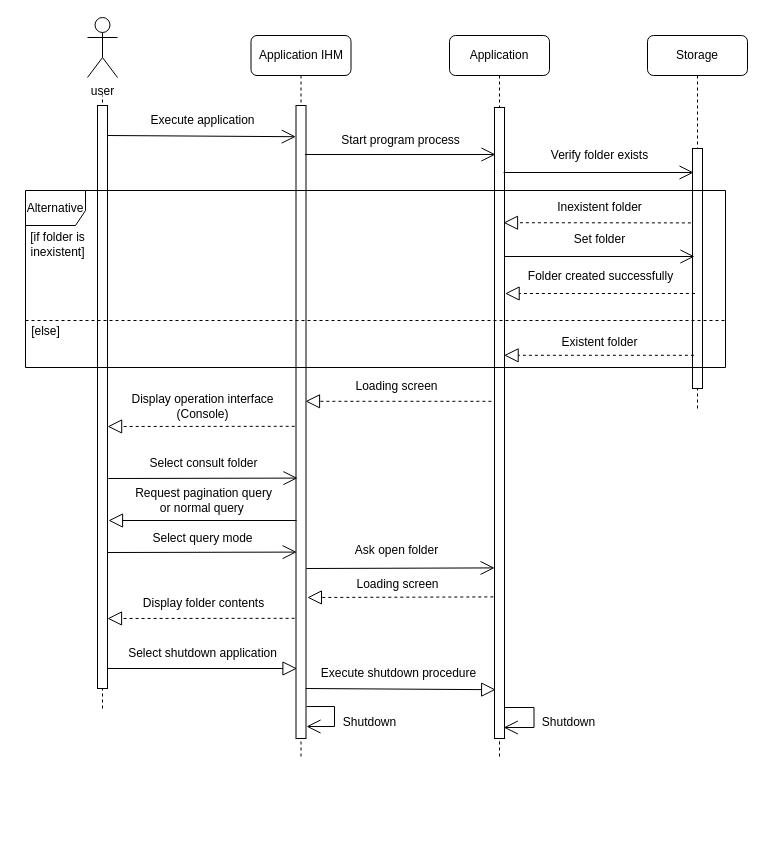
Weicheng178/UML keeps this draw.io diagram as consult diagram.drawio. Above is the earlier version. Source tidied: cells renumbered, new cells numbered last; positions are measured from the earlier drawing's top-left corner, leaving out a move shared by most shapes. Both pictures are drawn from the tidied source at 100%, with x=0, y=0 at pixel (17, 17).
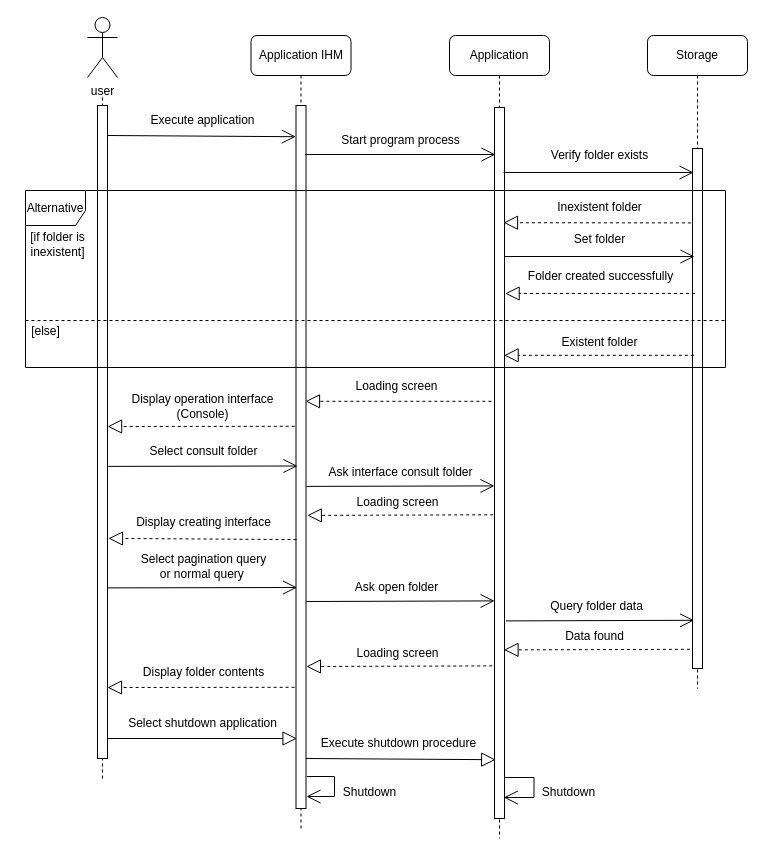
Above is the later version.

Change to the diagram source:
```diff
@@
     <mxCell id="2" style="endArrow=none;dashed=1;html=1;rounded=1;" parent="1" edge="1">
       <mxGeometry relative="1" as="geometry">
-        <mxPoint x="85" y="691" as="sourcePoint" />
+        <mxPoint x="85" y="761" as="sourcePoint" />
         <mxPoint x="85" y="78" as="targetPoint" />
       </mxGeometry>
     </mxCell>
     <mxCell id="3" value="&lt;span style=&quot;&quot;&gt;Application IHM&lt;/span&gt;" style="shape=umlLifeline;perimeter=lifelinePerimeter;whiteSpace=wrap;html=1;rounded=1;" parent="1" vertex="1">
-      <mxGeometry x="233.5" y="18" width="100" height="723" as="geometry" />
+      <mxGeometry x="233.5" y="18" width="100" height="793" as="geometry" />
     </mxCell>
@@
     <mxCell id="5" value="&lt;span style=&quot;&quot;&gt;Application&lt;/span&gt;" style="shape=umlLifeline;perimeter=lifelinePerimeter;whiteSpace=wrap;html=1;rounded=1;" parent="1" vertex="1">
-      <mxGeometry x="432" y="18" width="100" height="723" as="geometry" />
+      <mxGeometry x="432" y="18" width="100" height="803" as="geometry" />
     </mxCell>
     <mxCell id="6" value="&lt;span style=&quot;&quot;&gt;Storage&lt;/span&gt;" style="shape=umlLifeline;perimeter=lifelinePerimeter;whiteSpace=wrap;html=1;rounded=1;" parent="1" vertex="1">
-      <mxGeometry x="630" y="18" width="100" height="373" as="geometry" />
+      <mxGeometry x="630" y="18" width="100" height="653" as="geometry" />
     </mxCell>
     <mxCell id="7" style="html=1;perimeter=orthogonalPerimeter;rounded=0;glass=0;labelBackgroundColor=none;fillStyle=auto;" parent="1" vertex="1">
-      <mxGeometry x="80" y="88" width="10" height="583" as="geometry" />
+      <mxGeometry x="80" y="88" width="10" height="653" as="geometry" />
     </mxCell>
     <mxCell id="8" style="html=1;perimeter=orthogonalPerimeter;rounded=0;glass=0;labelBackgroundColor=none;fillStyle=auto;" parent="1" vertex="1">
-      <mxGeometry x="278.5" y="88" width="10" height="633" as="geometry" />
+      <mxGeometry x="278.5" y="88" width="10" height="703" as="geometry" />
     </mxCell>
     <mxCell id="9" style="html=1;perimeter=orthogonalPerimeter;rounded=0;glass=0;labelBackgroundColor=none;fillStyle=auto;" parent="1" vertex="1">
-      <mxGeometry x="477" y="90" width="10" height="631" as="geometry" />
+      <mxGeometry x="477" y="90" width="10" height="711" as="geometry" />
     </mxCell>
     <mxCell id="10" style="html=1;perimeter=orthogonalPerimeter;rounded=0;glass=0;labelBackgroundColor=none;fillStyle=auto;" parent="1" vertex="1">
-      <mxGeometry x="675" y="131" width="10" height="240" as="geometry" />
+      <mxGeometry x="675" y="131" width="10" height="520" as="geometry" />
     </mxCell>
@@
     <mxCell id="33" value="Loading screen" style="text;html=1;align=center;verticalAlign=middle;strokeColor=none;fillColor=none;rounded=1;" parent="1" vertex="1">
-      <mxGeometry x="325.3" y="552" width="110" height="30" as="geometry" />
+      <mxGeometry x="325.3" y="621" width="110" height="30" as="geometry" />
     </mxCell>
     <mxCell id="34" style="endArrow=block;dashed=1;endFill=0;endSize=12;html=1;rounded=1;exitX=-0.211;exitY=0.186;exitDx=0;exitDy=0;exitPerimeter=0;" parent="1" edge="1">
       <mxGeometry relative="1" as="geometry">
-        <mxPoint x="475.8" y="579.4" as="sourcePoint" />
-        <mxPoint x="289.9" y="580" as="targetPoint" />
+        <mxPoint x="474.8" y="648.4" as="sourcePoint" />
+        <mxPoint x="288.9" y="649" as="targetPoint" />
       </mxGeometry>
     </mxCell>
-    <mxCell id="35" value="Select consult folder" style="text;html=1;align=center;verticalAlign=middle;strokeColor=none;fillColor=none;rounded=1;" parent="1" vertex="1">
-      <mxGeometry x="120.8" y="431" width="130" height="30" as="geometry" />
-    </mxCell>
-    <mxCell id="36" style="endArrow=open;endFill=1;endSize=12;html=1;rounded=1;entryX=0.071;entryY=0.165;entryDx=0;entryDy=0;entryPerimeter=0;" parent="1" edge="1">
-      <mxGeometry relative="1" as="geometry">
-        <mxPoint x="90.8" y="461" as="sourcePoint" />
-        <mxPoint x="280" y="460.6" as="targetPoint" />
-      </mxGeometry>
-    </mxCell>
-    <mxCell id="37" value="Request pagination query&lt;br&gt;or normal query&amp;nbsp;" style="text;html=1;align=center;verticalAlign=middle;strokeColor=none;fillColor=none;rounded=1;" parent="1" vertex="1">
-      <mxGeometry x="105.8" y="463" width="160" height="40" as="geometry" />
+    <mxCell id="37" value="Select pagination query&lt;br&gt;or normal query&amp;nbsp;" style="text;html=1;align=center;verticalAlign=middle;strokeColor=none;fillColor=none;rounded=1;" parent="1" vertex="1">
+      <mxGeometry x="110.8" y="529" width="150" height="40" as="geometry" />
     </mxCell>
-    <mxCell id="38" style="endArrow=block;endFill=0;endSize=12;html=1;rounded=1;" parent="1" edge="1">
-      <mxGeometry relative="1" as="geometry">
-        <mxPoint x="279" y="503" as="sourcePoint" />
-        <mxPoint x="91" y="503" as="targetPoint" />
-      </mxGeometry>
-    </mxCell>
     <mxCell id="39" style="endArrow=open;endFill=1;endSize=12;html=1;rounded=1;entryX=-0.083;entryY=0.173;entryDx=0;entryDy=0;entryPerimeter=0;" parent="1" edge="1">
       <mxGeometry relative="1" as="geometry">
-        <mxPoint x="288.9" y="551" as="sourcePoint" />
-        <mxPoint x="477.1" y="550.4" as="targetPoint" />
+        <mxPoint x="288.9" y="584" as="sourcePoint" />
+        <mxPoint x="477.1" y="583.4" as="targetPoint" />
       </mxGeometry>
     </mxCell>
     <mxCell id="40" value="Ask open folder" style="text;html=1;align=center;verticalAlign=middle;strokeColor=none;fillColor=none;rounded=1;" parent="1" vertex="1">
-      <mxGeometry x="324" y="518" width="110" height="30" as="geometry" />
+      <mxGeometry x="324" y="555" width="110" height="30" as="geometry" />
     </mxCell>
-    <mxCell id="41" value="Select query mode" style="text;html=1;align=center;verticalAlign=middle;strokeColor=none;fillColor=none;rounded=1;" parent="1" vertex="1">
-      <mxGeometry x="125" y="506" width="120" height="30" as="geometry" />
-    </mxCell>
     <mxCell id="42" style="endArrow=open;endFill=1;endSize=12;html=1;rounded=1;entryX=0.071;entryY=0.165;entryDx=0;entryDy=0;entryPerimeter=0;" parent="1" edge="1">
       <mxGeometry relative="1" as="geometry">
-        <mxPoint x="90" y="535" as="sourcePoint" />
-        <mxPoint x="279.2" y="534.6" as="targetPoint" />
+        <mxPoint x="90.4" y="570.4" as="sourcePoint" />
+        <mxPoint x="279.6" y="570" as="targetPoint" />
       </mxGeometry>
     </mxCell>
     <mxCell id="43" style="endArrow=block;dashed=1;endFill=0;endSize=12;html=1;rounded=1;exitX=-0.125;exitY=0.144;exitDx=0;exitDy=0;exitPerimeter=0;" parent="1" edge="1">
       <mxGeometry relative="1" as="geometry">
-        <mxPoint x="277.1" y="600.8" as="sourcePoint" />
-        <mxPoint x="90" y="601" as="targetPoint" />
+        <mxPoint x="277.1" y="669.8" as="sourcePoint" />
+        <mxPoint x="90" y="670" as="targetPoint" />
       </mxGeometry>
     </mxCell>
     <mxCell id="44" value="Display folder contents" style="text;html=1;align=center;verticalAlign=middle;strokeColor=none;fillColor=none;rounded=1;" parent="1" vertex="1">
-      <mxGeometry x="115.8" y="571" width="140" height="30" as="geometry" />
+      <mxGeometry x="115.8" y="640" width="140" height="30" as="geometry" />
     </mxCell>
     <mxCell id="45" style="endArrow=block;endFill=0;endSize=12;html=1;rounded=1;entryX=0.116;entryY=0.979;entryDx=0;entryDy=0;entryPerimeter=0;" parent="1" edge="1">
       <mxGeometry relative="1" as="geometry">
-        <mxPoint x="288.3" y="671" as="sourcePoint" />
-        <mxPoint x="478.2" y="672.2" as="targetPoint" />
+        <mxPoint x="288.3" y="741" as="sourcePoint" />
+        <mxPoint x="478.2" y="742.2" as="targetPoint" />
       </mxGeometry>
     </mxCell>
     <mxCell id="46" style="endArrow=block;endFill=0;endSize=12;html=1;rounded=1;" parent="1" edge="1">
       <mxGeometry relative="1" as="geometry">
-        <mxPoint x="90" y="651" as="sourcePoint" />
-        <mxPoint x="279.5" y="651" as="targetPoint" />
+        <mxPoint x="90" y="721" as="sourcePoint" />
+        <mxPoint x="279.5" y="721" as="targetPoint" />
       </mxGeometry>
     </mxCell>
     <mxCell id="47" value="Execute shutdown procedure" style="text;html=1;align=center;verticalAlign=middle;strokeColor=none;fillColor=none;rounded=1;" parent="1" vertex="1">
-      <mxGeometry x="291.2" y="641" width="180" height="30" as="geometry" />
+      <mxGeometry x="291.2" y="711" width="180" height="30" as="geometry" />
     </mxCell>
     <mxCell id="48" value="Shutdown" style="text;html=1;align=center;verticalAlign=middle;strokeColor=none;fillColor=none;rounded=1;" parent="1" vertex="1">
-      <mxGeometry x="312.4" y="690" width="80" height="30" as="geometry" />
+      <mxGeometry x="312.4" y="760" width="80" height="30" as="geometry" />
     </mxCell>
     <mxCell id="49" style="endArrow=open;endFill=1;endSize=12;html=1;rounded=0;" parent="1" edge="1">
       <mxGeometry relative="1" as="geometry">
-        <mxPoint x="486.5" y="690" as="sourcePoint" />
-        <mxPoint x="486.3" y="710" as="targetPoint" />
+        <mxPoint x="486.5" y="760" as="sourcePoint" />
+        <mxPoint x="486.3" y="780" as="targetPoint" />
         <Array as="points">
-          <mxPoint x="516.5" y="690" />
-          <mxPoint x="516.5" y="710" />
+          <mxPoint x="516.5" y="760" />
+          <mxPoint x="516.5" y="780" />
         </Array>
       </mxGeometry>
     </mxCell>
     <mxCell id="50" value="Shutdown" style="text;html=1;align=center;verticalAlign=middle;strokeColor=none;fillColor=none;rounded=1;" parent="1" vertex="1">
-      <mxGeometry x="511.1" y="690" width="80" height="30" as="geometry" />
+      <mxGeometry x="511.1" y="760" width="80" height="30" as="geometry" />
     </mxCell>
     <mxCell id="51" value="Select shutdown application" style="text;html=1;align=center;verticalAlign=middle;strokeColor=none;fillColor=none;rounded=1;" parent="1" vertex="1">
-      <mxGeometry x="100" y="621" width="170" height="30" as="geometry" />
+      <mxGeometry x="100" y="691" width="170" height="30" as="geometry" />
     </mxCell>
     <mxCell id="52" style="endArrow=open;endFill=1;endSize=12;html=1;rounded=0;" parent="1" edge="1">
       <mxGeometry relative="1" as="geometry">
-        <mxPoint x="289.2" y="689" as="sourcePoint" />
-        <mxPoint x="289" y="709" as="targetPoint" />
+        <mxPoint x="289.2" y="759" as="sourcePoint" />
+        <mxPoint x="289" y="779" as="targetPoint" />
         <Array as="points">
-          <mxPoint x="317" y="689" />
-          <mxPoint x="317" y="709" />
+          <mxPoint x="317" y="759" />
+          <mxPoint x="317" y="779" />
         </Array>
       </mxGeometry>
     </mxCell>
+    <mxCell id="53" value="Loading screen" style="text;html=1;align=center;verticalAlign=middle;strokeColor=none;fillColor=none;rounded=1;" parent="1" vertex="1">
+      <mxGeometry x="325.2" y="469.9" width="110" height="30" as="geometry" />
+    </mxCell>
+    <mxCell id="54" style="endArrow=block;dashed=1;endFill=0;endSize=12;html=1;rounded=1;exitX=-0.211;exitY=0.186;exitDx=0;exitDy=0;exitPerimeter=0;" parent="1" edge="1">
+      <mxGeometry relative="1" as="geometry">
+        <mxPoint x="475.7" y="497.3" as="sourcePoint" />
+        <mxPoint x="289.8" y="497.9" as="targetPoint" />
+      </mxGeometry>
+    </mxCell>
+    <mxCell id="35" value="Select consult folder" style="text;html=1;align=center;verticalAlign=middle;strokeColor=none;fillColor=none;rounded=1;" parent="1" vertex="1">
+      <mxGeometry x="120.8" y="418.9" width="130" height="30" as="geometry" />
+    </mxCell>
+    <mxCell id="55" style="endArrow=open;endFill=1;endSize=12;html=1;rounded=1;entryX=0.071;entryY=0.165;entryDx=0;entryDy=0;entryPerimeter=0;" parent="1" edge="1">
+      <mxGeometry relative="1" as="geometry">
+        <mxPoint x="90.8" y="448.9" as="sourcePoint" />
+        <mxPoint x="280" y="448.5" as="targetPoint" />
+      </mxGeometry>
+    </mxCell>
+    <mxCell id="56" value="Display creating interface" style="text;html=1;align=center;verticalAlign=middle;strokeColor=none;fillColor=none;rounded=1;" parent="1" vertex="1">
+      <mxGeometry x="105.8" y="489.9" width="160" height="30" as="geometry" />
+    </mxCell>
+    <mxCell id="57" style="endArrow=block;dashed=1;endFill=0;endSize=12;html=1;rounded=1;exitX=-0.035;exitY=0.198;exitDx=0;exitDy=0;exitPerimeter=0;" parent="1" edge="1">
+      <mxGeometry relative="1" as="geometry">
+        <mxPoint x="279" y="522.1" as="sourcePoint" />
+        <mxPoint x="91" y="520.9" as="targetPoint" />
+      </mxGeometry>
+    </mxCell>
+    <mxCell id="58" style="endArrow=open;endFill=1;endSize=12;html=1;rounded=1;entryX=-0.083;entryY=0.173;entryDx=0;entryDy=0;entryPerimeter=0;" parent="1" edge="1">
+      <mxGeometry relative="1" as="geometry">
+        <mxPoint x="288.8" y="468.9" as="sourcePoint" />
+        <mxPoint x="477" y="468.4" as="targetPoint" />
+      </mxGeometry>
+    </mxCell>
+    <mxCell id="59" value="Ask interface consult folder" style="text;html=1;align=center;verticalAlign=middle;strokeColor=none;fillColor=none;rounded=1;" parent="1" vertex="1">
+      <mxGeometry x="297.8" y="439.9" width="170" height="30" as="geometry" />
+    </mxCell>
+    <mxCell id="60" style="endArrow=open;endFill=1;endSize=12;html=1;rounded=1;entryX=-0.083;entryY=0.173;entryDx=0;entryDy=0;entryPerimeter=0;" parent="1" edge="1">
+      <mxGeometry relative="1" as="geometry">
+        <mxPoint x="488.4" y="603.4" as="sourcePoint" />
+        <mxPoint x="676.6" y="602.8" as="targetPoint" />
+      </mxGeometry>
+    </mxCell>
+    <mxCell id="61" value="Query folder data" style="text;html=1;align=center;verticalAlign=middle;strokeColor=none;fillColor=none;rounded=1;" parent="1" vertex="1">
+      <mxGeometry x="518.5" y="574.4" width="120" height="30" as="geometry" />
+    </mxCell>
+    <mxCell id="62" value="Data found" style="text;html=1;align=center;verticalAlign=middle;strokeColor=none;fillColor=none;rounded=1;" parent="1" vertex="1">
+      <mxGeometry x="537" y="604.4" width="80" height="30" as="geometry" />
+    </mxCell>
+    <mxCell id="63" style="endArrow=block;dashed=1;endFill=0;endSize=12;html=1;rounded=1;exitX=-0.211;exitY=0.186;exitDx=0;exitDy=0;exitPerimeter=0;" parent="1" edge="1">
+      <mxGeometry relative="1" as="geometry">
+        <mxPoint x="672.4" y="631.8" as="sourcePoint" />
+        <mxPoint x="486.5" y="632.4" as="targetPoint" />
+      </mxGeometry>
+    </mxCell>
```
